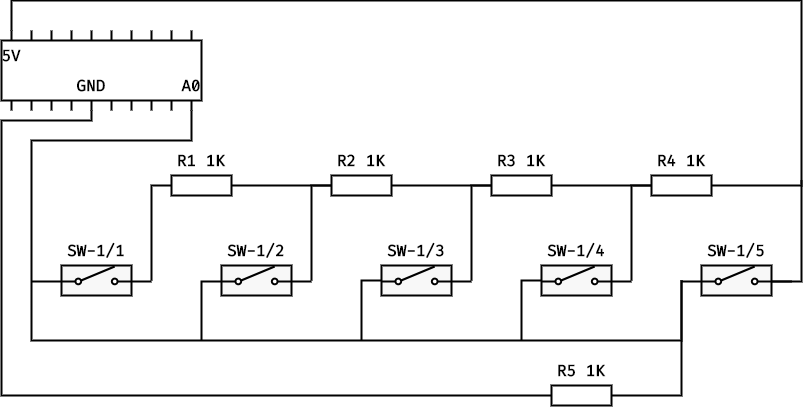
tschiboka/RiffMaster keeps this draw.io diagram as Images/Diagrams/Resistor Ladder.png. Above is the earlier version. Source tidied: cells renumbered, new cells last; positions are measured from the earlier drawing's top-left corner, leaving out a move shared by most shapes.
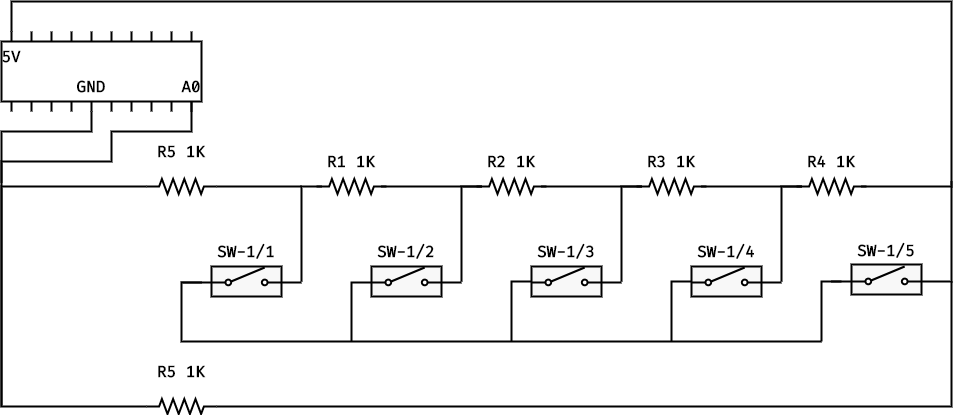
After the change.

Diff of the diagram source:
```diff
@@ -19,75 +19,86 @@
     </mxCell>
     <mxCell id="6" style="endArrow=none;html=1;rounded=0;strokeWidth=2;" parent="1" edge="1">
       <mxGeometry relative="1" as="geometry">
-        <mxPoint x="10" y="110" as="sourcePoint" />
-        <mxPoint x="10" y="30" as="targetPoint" />
+        <mxPoint x="-140" y="110" as="sourcePoint" />
+        <mxPoint x="-140" y="30" as="targetPoint" />
       </mxGeometry>
     </mxCell>
     <mxCell id="7" style="endArrow=none;html=1;rounded=0;strokeWidth=2;" parent="1" edge="1">
       <mxGeometry relative="1" as="geometry">
-        <mxPoint x="30" y="110" as="sourcePoint" />
-        <mxPoint x="30" y="30" as="targetPoint" />
+        <mxPoint x="-120" y="110" as="sourcePoint" />
+        <mxPoint x="-120" y="30" as="targetPoint" />
       </mxGeometry>
     </mxCell>
     <mxCell id="8" style="endArrow=none;html=1;rounded=0;strokeWidth=2;" parent="1" edge="1">
       <mxGeometry relative="1" as="geometry">
-        <mxPoint x="50" y="110" as="sourcePoint" />
-        <mxPoint x="50" y="30" as="targetPoint" />
+        <mxPoint x="-100" y="110" as="sourcePoint" />
+        <mxPoint x="-100" y="30" as="targetPoint" />
       </mxGeometry>
     </mxCell>
     <mxCell id="9" style="endArrow=none;html=1;rounded=0;strokeWidth=2;" parent="1" edge="1">
       <mxGeometry relative="1" as="geometry">
-        <mxPoint x="70" y="110" as="sourcePoint" />
-        <mxPoint x="70" y="30" as="targetPoint" />
+        <mxPoint x="-80" y="110" as="sourcePoint" />
+        <mxPoint x="-80" y="30" as="targetPoint" />
       </mxGeometry>
     </mxCell>
     <mxCell id="10" style="endArrow=none;html=1;rounded=0;strokeWidth=2;" parent="1" edge="1">
       <mxGeometry relative="1" as="geometry">
-        <mxPoint x="90" y="110" as="sourcePoint" />
-        <mxPoint x="90" y="30" as="targetPoint" />
+        <mxPoint x="-60" y="110" as="sourcePoint" />
+        <mxPoint x="-60" y="30" as="targetPoint" />
       </mxGeometry>
     </mxCell>
     <mxCell id="11" style="endArrow=none;html=1;rounded=0;strokeWidth=2;" parent="1" edge="1">
       <mxGeometry relative="1" as="geometry">
-        <mxPoint x="110" y="110" as="sourcePoint" />
-        <mxPoint x="110" y="30" as="targetPoint" />
+        <mxPoint x="-40" y="110" as="sourcePoint" />
+        <mxPoint x="-40" y="30" as="targetPoint" />
       </mxGeometry>
     </mxCell>
     <mxCell id="12" style="endArrow=none;html=1;rounded=0;strokeWidth=2;" parent="1" edge="1">
       <mxGeometry relative="1" as="geometry">
-        <mxPoint x="130" y="110" as="sourcePoint" />
-        <mxPoint x="130" y="30" as="targetPoint" />
+        <mxPoint x="-20" y="110" as="sourcePoint" />
+        <mxPoint x="-20" y="30" as="targetPoint" />
       </mxGeometry>
     </mxCell>
     <mxCell id="13" style="endArrow=none;html=1;rounded=0;strokeWidth=2;" parent="1" edge="1">
       <mxGeometry relative="1" as="geometry">
-        <mxPoint x="150" y="110" as="sourcePoint" />
-        <mxPoint x="150" y="30" as="targetPoint" />
+        <mxPoint y="110" as="sourcePoint" />
+        <mxPoint y="30" as="targetPoint" />
       </mxGeometry>
     </mxCell>
     <mxCell id="14" style="endArrow=none;html=1;rounded=0;strokeWidth=2;" parent="1" edge="1">
       <mxGeometry relative="1" as="geometry">
-        <mxPoint x="170" y="110" as="sourcePoint" />
-        <mxPoint x="170" y="30" as="targetPoint" />
+        <mxPoint x="20" y="110" as="sourcePoint" />
+        <mxPoint x="20" y="30" as="targetPoint" />
       </mxGeometry>
     </mxCell>
     <mxCell id="15" style="endArrow=none;html=1;rounded=0;strokeWidth=2;" parent="1" edge="1">
       <mxGeometry relative="1" as="geometry">
-        <mxPoint x="190" y="110" as="sourcePoint" />
-        <mxPoint x="190" y="30" as="targetPoint" />
+        <mxPoint x="40" y="110" as="sourcePoint" />
+        <mxPoint x="40" y="30" as="targetPoint" />
       </mxGeometry>
     </mxCell>
     <mxCell id="16" style="rounded=0;whiteSpace=wrap;html=1;strokeWidth=2;" parent="1" vertex="1">
-      <mxGeometry y="40" width="200" height="60" as="geometry" />
+      <mxGeometry x="-150" y="40" width="200" height="60" as="geometry" />
     </mxCell>
     <mxCell id="17" value="5V" style="rounded=0;whiteSpace=wrap;html=1;fillColor=none;fontSize=16;fontFamily=Fira Code;fontSource=https%3A%2F%2Ffonts.googleapis.com%2Fcss%3Ffamily%3DFira%2BCode;fontStyle=1;strokeWidth=2;strokeColor=none;" parent="1" vertex="1">
-      <mxGeometry y="40" width="20" height="30" as="geometry" />
+      <mxGeometry x="-150" y="40" width="20" height="30" as="geometry" />
     </mxCell>
     <mxCell id="18" value="GND" style="rounded=0;whiteSpace=wrap;html=1;fillColor=none;fontSize=16;fontFamily=Fira Code;fontSource=https%3A%2F%2Ffonts.googleapis.com%2Fcss%3Ffamily%3DFira%2BCode;fontStyle=1;strokeWidth=2;strokeColor=none;" parent="1" vertex="1">
-      <mxGeometry x="80" y="70" width="20" height="30" as="geometry" />
+      <mxGeometry x="-70" y="70" width="20" height="30" as="geometry" />
     </mxCell>
+    <mxCell id="63" style="edgeStyle=orthogonalEdgeStyle;rounded=0;jumpStyle=arc;jumpSize=12;jettySize=auto;html=1;endArrow=none;endFill=0;strokeWidth=2;" parent="1" edge="1" source="19">
+      <mxGeometry relative="1" as="geometry">
+        <mxPoint x="-149.9" y="181.2" as="targetPoint" />
+        <Array as="points">
+          <mxPoint x="40" y="130" />
+          <mxPoint x="-40" y="130" />
+          <mxPoint x="-40" y="160" />
+          <mxPoint x="-150" y="160" />
+        </Array>
+      </mxGeometry>
+    </mxCell>
     <mxCell id="19" value="A0" style="rounded=0;whiteSpace=wrap;html=1;fillColor=none;fontSize=16;fontFamily=Fira Code;fontSource=https%3A%2F%2Ffonts.googleapis.com%2Fcss%3Ffamily%3DFira%2BCode;fontStyle=1;strokeWidth=2;strokeColor=none;" parent="1" vertex="1">
-      <mxGeometry x="180" y="70" width="20" height="30" as="geometry" />
+      <mxGeometry x="30" y="70" width="20" height="30" as="geometry" />
     </mxCell>
     <mxCell id="20" style="rounded=0;whiteSpace=wrap;html=1;strokeWidth=2;fillColor=#F8F8F8;" parent="1" vertex="1">
       <mxGeometry x="220" y="265" width="70" height="30" as="geometry" />
@@ -137,35 +148,23 @@
       <mxGeometry x="540" y="235" width="70" height="30" as="geometry" />
     </mxCell>
     <mxCell id="32" style="rounded=0;whiteSpace=wrap;html=1;strokeWidth=2;fillColor=#F8F8F8;fontStyle=1;" parent="1" vertex="1">
-      <mxGeometry x="700" y="265" width="70" height="30" as="geometry" />
+      <mxGeometry x="700" y="263" width="70" height="30" as="geometry" />
     </mxCell>
-    <mxCell id="33" style="edgeStyle=orthogonalEdgeStyle;rounded=0;orthogonalLoop=1;jettySize=auto;html=1;endArrow=none;endFill=0;strokeWidth=2;" parent="1" edge="1">
-      <mxGeometry relative="1" as="geometry">
-        <mxPoint x="680" y="280" as="sourcePoint" />
-        <mxPoint x="190" y="110" as="targetPoint" />
-        <Array as="points">
-          <mxPoint x="680" y="340" />
-          <mxPoint x="30" y="340" />
-          <mxPoint x="30" y="140" />
-          <mxPoint x="190" y="140" />
-        </Array>
-      </mxGeometry>
-    </mxCell>
     <mxCell id="34" style="edgeStyle=orthogonalEdgeStyle;rounded=0;jettySize=auto;html=1;endArrow=none;endFill=0;strokeWidth=2;exitX=1;exitY=0.8;exitDx=0;exitDy=0;" parent="1" edge="1" source="35">
       <mxGeometry relative="1" as="geometry">
         <mxPoint x="800" y="180" as="targetPoint" />
       </mxGeometry>
     </mxCell>
     <mxCell id="35" style="shape=mxgraph.electrical.electro-mechanical.singleSwitch;elSwitchState=off;strokeWidth=2;fontStyle=1;" parent="1" vertex="1">
-      <mxGeometry x="700" y="266" width="70" height="18.7" as="geometry" />
+      <mxGeometry x="700" y="265" width="70" height="18.7" as="geometry" />
     </mxCell>
     <mxCell id="36" value="SW-1/5" style="rounded=0;whiteSpace=wrap;html=1;fillColor=none;fontSize=16;fontFamily=Fira Code;fontSource=https%3A%2F%2Ffonts.googleapis.com%2Fcss%3Ffamily%3DFira%2BCode;fontStyle=1;strokeWidth=2;strokeColor=none;" parent="1" vertex="1">
-      <mxGeometry x="700" y="235" width="70" height="30" as="geometry" />
+      <mxGeometry x="700" y="234" width="70" height="30" as="geometry" />
     </mxCell>
     <mxCell id="37" style="endArrow=none;html=1;rounded=0;strokeWidth=2;fontStyle=1;" parent="1" edge="1">
       <mxGeometry relative="1" as="geometry">
-        <mxPoint x="700" y="281" as="sourcePoint" />
-        <mxPoint x="680" y="281" as="targetPoint" />
+        <mxPoint x="700" y="280" as="sourcePoint" />
+        <mxPoint x="680" y="280" as="targetPoint" />
       </mxGeometry>
     </mxCell>
     <mxCell id="38" style="endArrow=none;html=1;rounded=0;strokeWidth=2;" parent="1" edge="1">
@@ -192,98 +191,140 @@
         <mxPoint x="610" y="281" as="targetPoint" />
       </mxGeometry>
     </mxCell>
-    <mxCell id="42" style="endArrow=none;html=1;rounded=0;strokeWidth=2;" parent="1" edge="1">
-      <mxGeometry relative="1" as="geometry">
-        <mxPoint x="790" y="281" as="sourcePoint" />
-        <mxPoint x="770" y="281" as="targetPoint" />
-      </mxGeometry>
-    </mxCell>
-    <mxCell id="43" style="edgeStyle=orthogonalEdgeStyle;rounded=0;jettySize=auto;html=1;endArrow=none;endFill=0;strokeWidth=2;exitX=0;exitY=0.5;exitDx=0;exitDy=0;" parent="1" edge="1" source="44">
+    <mxCell id="43" style="edgeStyle=orthogonalEdgeStyle;rounded=0;orthogonalLoop=1;jettySize=auto;html=1;endArrow=none;endFill=0;strokeWidth=2;exitX=0;exitY=0.5;exitDx=0;exitDy=0;" parent="1" edge="1">
       <mxGeometry relative="1" as="geometry">
+        <mxPoint x="170" y="185" as="sourcePoint" />
         <mxPoint x="150" y="280" as="targetPoint" />
       </mxGeometry>
     </mxCell>
-    <mxCell id="44" style="rounded=0;whiteSpace=wrap;html=1;strokeWidth=2;fillColor=none;" parent="1" vertex="1">
-      <mxGeometry x="170" y="175" width="60" height="20" as="geometry" />
-    </mxCell>
     <mxCell id="45" value="R1 1K" style="rounded=0;whiteSpace=wrap;html=1;fillColor=none;fontSize=16;fontFamily=Fira Code;fontSource=https%3A%2F%2Ffonts.googleapis.com%2Fcss%3Ffamily%3DFira%2BCode;fontStyle=1;strokeWidth=2;strokeColor=none;" parent="1" vertex="1">
       <mxGeometry x="170" y="145" width="60" height="30" as="geometry" />
     </mxCell>
-    <mxCell id="46" style="edgeStyle=orthogonalEdgeStyle;rounded=0;jettySize=auto;html=1;entryX=1;entryY=0.5;entryDx=0;entryDy=0;endArrow=none;endFill=0;strokeWidth=2;" parent="1" edge="1" source="48" target="44">
-      <mxGeometry relative="1" as="geometry" />
+    <mxCell id="46" style="edgeStyle=orthogonalEdgeStyle;rounded=0;orthogonalLoop=1;jettySize=auto;html=1;entryX=1;entryY=0.5;entryDx=0;entryDy=0;endArrow=none;endFill=0;strokeWidth=2;" parent="1" edge="1">
+      <mxGeometry relative="1" as="geometry">
+        <mxPoint x="330" y="185" as="sourcePoint" />
+        <mxPoint x="230" y="185" as="targetPoint" />
+      </mxGeometry>
     </mxCell>
-    <mxCell id="47" style="edgeStyle=orthogonalEdgeStyle;rounded=0;jettySize=auto;html=1;endArrow=none;endFill=0;strokeWidth=2;" parent="1" edge="1" source="48">
+    <mxCell id="47" style="edgeStyle=orthogonalEdgeStyle;rounded=0;orthogonalLoop=1;jettySize=auto;html=1;endArrow=none;endFill=0;strokeWidth=2;" parent="1" edge="1">
       <mxGeometry relative="1" as="geometry">
+        <mxPoint x="330" y="185" as="sourcePoint" />
         <mxPoint x="310" y="280" as="targetPoint" />
       </mxGeometry>
     </mxCell>
-    <mxCell id="48" style="rounded=0;whiteSpace=wrap;html=1;strokeWidth=2;fillColor=none;" parent="1" vertex="1">
-      <mxGeometry x="330" y="175" width="60" height="20" as="geometry" />
-    </mxCell>
     <mxCell id="49" value="R2 1K" style="rounded=0;whiteSpace=wrap;html=1;fillColor=none;fontSize=16;fontFamily=Fira Code;fontSource=https%3A%2F%2Ffonts.googleapis.com%2Fcss%3Ffamily%3DFira%2BCode;fontStyle=1;strokeWidth=2;strokeColor=none;" parent="1" vertex="1">
       <mxGeometry x="330" y="145" width="60" height="30" as="geometry" />
     </mxCell>
-    <mxCell id="50" style="edgeStyle=orthogonalEdgeStyle;rounded=0;jettySize=auto;html=1;entryX=1;entryY=0.5;entryDx=0;entryDy=0;endArrow=none;endFill=0;strokeWidth=2;" parent="1" edge="1" source="52" target="48">
-      <mxGeometry relative="1" as="geometry" />
+    <mxCell id="50" style="edgeStyle=orthogonalEdgeStyle;rounded=0;orthogonalLoop=1;jettySize=auto;html=1;entryX=1;entryY=0.5;entryDx=0;entryDy=0;endArrow=none;endFill=0;strokeWidth=2;" parent="1" edge="1">
+      <mxGeometry relative="1" as="geometry">
+        <mxPoint x="490" y="185" as="sourcePoint" />
+        <mxPoint x="390" y="185" as="targetPoint" />
+      </mxGeometry>
     </mxCell>
-    <mxCell id="51" style="edgeStyle=orthogonalEdgeStyle;rounded=0;jettySize=auto;html=1;endArrow=none;endFill=0;strokeWidth=2;" parent="1" edge="1" source="52">
+    <mxCell id="51" style="edgeStyle=orthogonalEdgeStyle;rounded=0;orthogonalLoop=1;jettySize=auto;html=1;endArrow=none;endFill=0;strokeWidth=2;" parent="1" edge="1">
       <mxGeometry relative="1" as="geometry">
+        <mxPoint x="490" y="185" as="sourcePoint" />
         <mxPoint x="470" y="280" as="targetPoint" />
       </mxGeometry>
     </mxCell>
-    <mxCell id="52" style="rounded=0;whiteSpace=wrap;html=1;strokeWidth=2;fillColor=none;" parent="1" vertex="1">
-      <mxGeometry x="490" y="175" width="60" height="20" as="geometry" />
-    </mxCell>
     <mxCell id="53" value="R3 1K" style="rounded=0;whiteSpace=wrap;html=1;fillColor=none;fontSize=16;fontFamily=Fira Code;fontSource=https%3A%2F%2Ffonts.googleapis.com%2Fcss%3Ffamily%3DFira%2BCode;fontStyle=1;strokeWidth=2;strokeColor=none;" parent="1" vertex="1">
       <mxGeometry x="490" y="145" width="60" height="30" as="geometry" />
     </mxCell>
-    <mxCell id="54" style="edgeStyle=orthogonalEdgeStyle;rounded=0;jettySize=auto;html=1;strokeWidth=2;endArrow=none;endFill=0;exitX=1;exitY=0.5;exitDx=0;exitDy=0;" parent="1" edge="1" source="57">
+    <mxCell id="54" style="edgeStyle=orthogonalEdgeStyle;rounded=0;orthogonalLoop=1;jettySize=auto;html=1;strokeWidth=2;endArrow=none;endFill=0;exitX=1;exitY=0.5;exitDx=0;exitDy=0;" parent="1" edge="1">
       <mxGeometry relative="1" as="geometry">
-        <mxPoint x="10" y="30" as="targetPoint" />
+        <mxPoint x="710" y="185" as="sourcePoint" />
+        <mxPoint x="-140" y="30" as="targetPoint" />
         <Array as="points">
           <mxPoint x="800" y="185" />
           <mxPoint x="800" />
-          <mxPoint x="10" />
+          <mxPoint x="-140" />
         </Array>
       </mxGeometry>
     </mxCell>
-    <mxCell id="55" style="edgeStyle=orthogonalEdgeStyle;rounded=0;jettySize=auto;html=1;entryX=1;entryY=0.5;entryDx=0;entryDy=0;endArrow=none;endFill=0;strokeWidth=2;" parent="1" edge="1" source="57" target="52">
-      <mxGeometry relative="1" as="geometry" />
+    <mxCell id="55" style="edgeStyle=orthogonalEdgeStyle;rounded=0;orthogonalLoop=1;jettySize=auto;html=1;entryX=1;entryY=0.5;entryDx=0;entryDy=0;endArrow=none;endFill=0;strokeWidth=2;" parent="1" edge="1">
+      <mxGeometry relative="1" as="geometry">
+        <mxPoint x="650" y="185" as="sourcePoint" />
+        <mxPoint x="550" y="185" as="targetPoint" />
+      </mxGeometry>
     </mxCell>
-    <mxCell id="56" style="edgeStyle=orthogonalEdgeStyle;rounded=0;jettySize=auto;html=1;endArrow=none;endFill=0;strokeWidth=2;" parent="1" edge="1" source="57">
+    <mxCell id="56" style="edgeStyle=orthogonalEdgeStyle;rounded=0;orthogonalLoop=1;jettySize=auto;html=1;endArrow=none;endFill=0;strokeWidth=2;" parent="1" edge="1">
       <mxGeometry relative="1" as="geometry">
+        <mxPoint x="650" y="185" as="sourcePoint" />
         <mxPoint x="630" y="280" as="targetPoint" />
       </mxGeometry>
     </mxCell>
-    <mxCell id="57" style="rounded=0;whiteSpace=wrap;html=1;strokeWidth=2;fillColor=none;" parent="1" vertex="1">
-      <mxGeometry x="650" y="175" width="60" height="20" as="geometry" />
-    </mxCell>
     <mxCell id="58" value="R4 1K" style="rounded=0;whiteSpace=wrap;html=1;fillColor=none;fontSize=16;fontFamily=Fira Code;fontSource=https%3A%2F%2Ffonts.googleapis.com%2Fcss%3Ffamily%3DFira%2BCode;fontStyle=1;strokeWidth=2;strokeColor=none;" parent="1" vertex="1">
       <mxGeometry x="650" y="145" width="60" height="30" as="geometry" />
     </mxCell>
-    <mxCell id="59" style="edgeStyle=orthogonalEdgeStyle;rounded=0;jettySize=auto;html=1;endArrow=none;endFill=0;strokeWidth=2;" parent="1" edge="1" source="61">
-      <mxGeometry relative="1" as="geometry">
-        <mxPoint x="90" y="110" as="targetPoint" />
-        <Array as="points">
-          <mxPoint y="395" />
-          <mxPoint y="120" />
-          <mxPoint x="90" y="120" />
-        </Array>
-      </mxGeometry>
-    </mxCell>
-    <mxCell id="60" style="edgeStyle=orthogonalEdgeStyle;rounded=0;jettySize=auto;html=1;endArrow=none;endFill=0;strokeWidth=2;" parent="1" edge="1" source="61">
-      <mxGeometry relative="1" as="geometry">
-        <mxPoint x="680" y="280" as="targetPoint" />
-        <Array as="points">
-          <mxPoint x="680" y="395" />
-        </Array>
-      </mxGeometry>
-    </mxCell>
-    <mxCell id="61" style="rounded=0;whiteSpace=wrap;html=1;strokeWidth=2;fillColor=none;" parent="1" vertex="1">
-      <mxGeometry x="550" y="385" width="60" height="20" as="geometry" />
-    </mxCell>
     <mxCell id="62" value="R5 1K" style="rounded=0;whiteSpace=wrap;html=1;fillColor=none;fontSize=16;fontFamily=Fira Code;fontSource=https%3A%2F%2Ffonts.googleapis.com%2Fcss%3Ffamily%3DFira%2BCode;fontStyle=1;strokeWidth=2;strokeColor=none;" parent="1" vertex="1">
-      <mxGeometry x="550" y="355" width="60" height="30" as="geometry" />
+      <mxGeometry y="355" width="60" height="30" as="geometry" />
     </mxCell>
+    <mxCell id="64" style="verticalLabelPosition=bottom;shadow=0;dashed=0;align=center;html=1;verticalAlign=top;shape=mxgraph.electrical.resistors.resistor_2;strokeWidth=2;" parent="1" vertex="1">
+      <mxGeometry x="165" y="177.5" width="70" height="15" as="geometry" />
+    </mxCell>
+    <mxCell id="65" style="verticalLabelPosition=bottom;shadow=0;dashed=0;align=center;html=1;verticalAlign=top;shape=mxgraph.electrical.resistors.resistor_2;strokeWidth=2;" parent="1" vertex="1">
+      <mxGeometry x="325" y="177.5" width="70" height="15" as="geometry" />
+    </mxCell>
+    <mxCell id="66" style="verticalLabelPosition=bottom;shadow=0;dashed=0;align=center;html=1;verticalAlign=top;shape=mxgraph.electrical.resistors.resistor_2;strokeWidth=2;" parent="1" vertex="1">
+      <mxGeometry x="485" y="177.5" width="70" height="15" as="geometry" />
+    </mxCell>
+    <mxCell id="67" style="verticalLabelPosition=bottom;shadow=0;dashed=0;align=center;html=1;verticalAlign=top;shape=mxgraph.electrical.resistors.resistor_2;strokeWidth=2;" parent="1" vertex="1">
+      <mxGeometry x="645" y="177.5" width="70" height="15" as="geometry" />
+    </mxCell>
+    <mxCell id="68" style="edgeStyle=orthogonalEdgeStyle;rounded=0;jettySize=auto;html=1;endArrow=none;endFill=0;strokeWidth=2;" parent="1" edge="1" source="70">
+      <mxGeometry relative="1" as="geometry">
+        <mxPoint x="800" y="280" as="targetPoint" />
+      </mxGeometry>
+    </mxCell>
+    <mxCell id="69" style="edgeStyle=orthogonalEdgeStyle;rounded=0;jettySize=auto;html=1;endArrow=none;endFill=0;strokeWidth=2;exitX=0;exitY=0.5;exitDx=0;exitDy=0;exitPerimeter=0;" parent="1" edge="1" source="70">
+      <mxGeometry relative="1" as="geometry">
+        <mxPoint x="-60" y="113" as="targetPoint" />
+        <Array as="points">
+          <mxPoint x="-150" y="405" />
+          <mxPoint x="-150" y="130" />
+          <mxPoint x="-60" y="130" />
+          <mxPoint x="-60" y="110" />
+        </Array>
+      </mxGeometry>
+    </mxCell>
+    <mxCell id="70" style="verticalLabelPosition=bottom;shadow=0;dashed=0;align=center;html=1;verticalAlign=top;shape=mxgraph.electrical.resistors.resistor_2;strokeWidth=2;" parent="1" vertex="1">
+      <mxGeometry x="-5" y="397.5" width="70" height="15" as="geometry" />
+    </mxCell>
+    <mxCell id="71" value="R5 1K" style="rounded=0;whiteSpace=wrap;html=1;fillColor=none;fontSize=16;fontFamily=Fira Code;fontSource=https%3A%2F%2Ffonts.googleapis.com%2Fcss%3Ffamily%3DFira%2BCode;fontStyle=1;strokeWidth=2;strokeColor=none;" parent="1" vertex="1">
+      <mxGeometry y="135" width="60" height="30" as="geometry" />
+    </mxCell>
+    <mxCell id="72" style="edgeStyle=orthogonalEdgeStyle;rounded=0;jettySize=auto;html=1;strokeWidth=2;endArrow=none;endFill=0;" parent="1" edge="1" source="74">
+      <mxGeometry relative="1" as="geometry">
+        <mxPoint x="150" y="185" as="targetPoint" />
+      </mxGeometry>
+    </mxCell>
+    <mxCell id="73" style="edgeStyle=orthogonalEdgeStyle;rounded=0;jumpStyle=arc;jumpSize=12;jettySize=auto;html=1;endArrow=none;endFill=0;strokeWidth=2;exitX=0;exitY=0.5;exitDx=0;exitDy=0;exitPerimeter=0;" parent="1" edge="1" source="74">
+      <mxGeometry relative="1" as="geometry">
+        <mxPoint x="-150" y="187" as="targetPoint" />
+        <Array as="points">
+          <mxPoint x="-150" y="185" />
+          <mxPoint x="-150" y="405" />
+        </Array>
+      </mxGeometry>
+    </mxCell>
+    <mxCell id="74" style="verticalLabelPosition=bottom;shadow=0;dashed=0;align=center;html=1;verticalAlign=top;shape=mxgraph.electrical.resistors.resistor_2;strokeWidth=2;" parent="1" vertex="1">
+      <mxGeometry x="-5" y="177.5" width="70" height="15" as="geometry" />
+    </mxCell>
+    <mxCell id="75" style="endArrow=none;html=1;rounded=0;strokeWidth=2;" parent="1" edge="1">
+      <mxGeometry relative="1" as="geometry">
+        <mxPoint x="50" y="281" as="sourcePoint" />
+        <mxPoint x="670" y="340" as="targetPoint" />
+        <Array as="points">
+          <mxPoint x="30" y="281" />
+          <mxPoint x="30" y="340" />
+        </Array>
+      </mxGeometry>
+    </mxCell>
+    <mxCell id="76" style="edgeStyle=orthogonalEdgeStyle;rounded=0;orthogonalLoop=1;jettySize=auto;html=1;endArrow=none;endFill=0;strokeWidth=2;" parent="1" edge="1">
+      <mxGeometry relative="1" as="geometry">
+        <mxPoint x="690" y="280" as="sourcePoint" />
+        <mxPoint x="670" y="340" as="targetPoint" />
+      </mxGeometry>
+    </mxCell>
   </root>
 </mxGraphModel>
```
